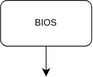
The draw.io diagram Linux  0.11启动.drawio.svg in chenxi829/draw_many_pic, before a commit. Source tidied: cells renumbered, new cells last; positions are measured from the earlier drawing's top-left corner, leaving out a move shared by most shapes.
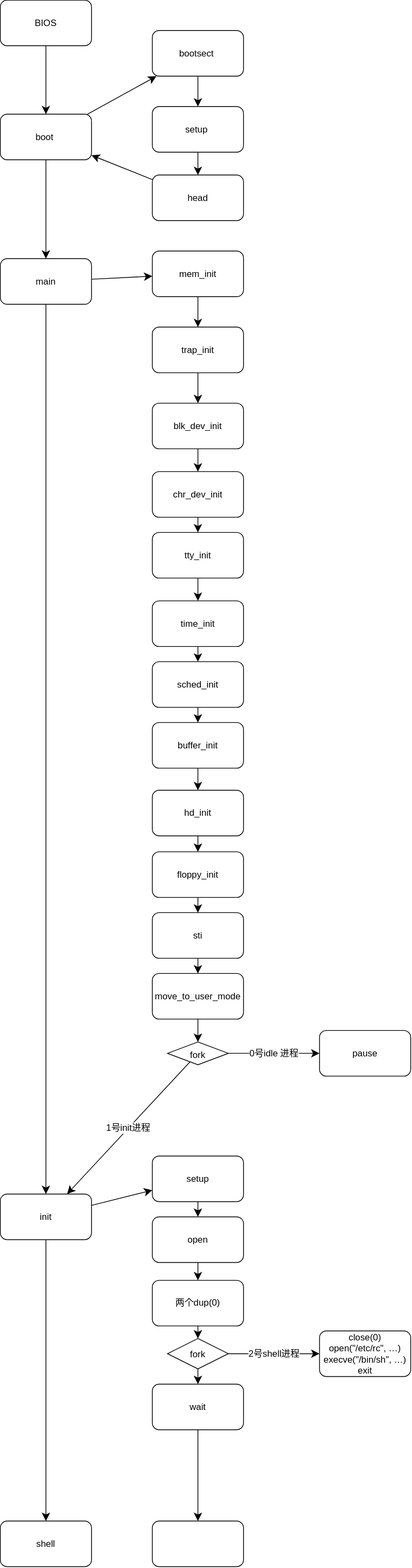
Above is the later version.

Commit message:
更新 Linux  0.11启动.drawio.svg 全流程

What changed in the source:
```diff
@@ -5,10 +5,179 @@
     <mxCell id="2" value="BIOS" style="rounded=1;whiteSpace=wrap;html=1;" parent="1" vertex="1">
       <mxGeometry width="120" height="60" as="geometry" />
     </mxCell>
-    <mxCell id="3" style="endArrow=classic;html=1;rounded=0;fontSize=12;startSize=8;endSize=8;curved=1;exitX=0.5;exitY=1;exitDx=0;exitDy=0;" parent="1" edge="1" source="2">
-      <mxGeometry relative="1" as="geometry">
-        <mxPoint x="60" y="100" as="targetPoint" />
-      </mxGeometry>
+    <mxCell id="3" style="endArrow=classic;html=1;rounded=0;fontSize=12;startSize=8;endSize=8;curved=1;" parent="1" edge="1" source="2" target="5">
+      <mxGeometry relative="1" as="geometry" />
     </mxCell>
+    <mxCell id="4" style="rounded=0;jettySize=auto;html=1;fontSize=12;startSize=8;endSize=8;" parent="1" edge="1" source="9" target="5">
+      <mxGeometry relative="1" as="geometry" />
+    </mxCell>
+    <mxCell id="5" value="boot&amp;nbsp;" style="rounded=1;whiteSpace=wrap;html=1;" parent="1" vertex="1">
+      <mxGeometry y="150" width="120" height="60" as="geometry" />
+    </mxCell>
+    <mxCell id="6" style="endArrow=classic;html=1;rounded=0;fontSize=12;startSize=8;endSize=8;curved=1;" parent="1" edge="1" source="5" target="7">
+      <mxGeometry relative="1" as="geometry" />
+    </mxCell>
+    <mxCell id="7" value="bootsect&amp;nbsp;" style="rounded=1;whiteSpace=wrap;html=1;" parent="1" vertex="1">
+      <mxGeometry x="200" y="40" width="120" height="60" as="geometry" />
+    </mxCell>
+    <mxCell id="8" value="setup&amp;nbsp;" style="rounded=1;whiteSpace=wrap;html=1;" parent="1" vertex="1">
+      <mxGeometry x="200" y="140" width="120" height="60" as="geometry" />
+    </mxCell>
+    <mxCell id="9" value="head" style="rounded=1;whiteSpace=wrap;html=1;" parent="1" vertex="1">
+      <mxGeometry x="200" y="230" width="120" height="60" as="geometry" />
+    </mxCell>
+    <mxCell id="10" style="endArrow=classic;html=1;rounded=0;fontSize=12;startSize=8;endSize=8;curved=1;" parent="1" edge="1" source="7" target="8">
+      <mxGeometry relative="1" as="geometry" />
+    </mxCell>
+    <mxCell id="11" style="endArrow=classic;html=1;rounded=0;fontSize=12;startSize=8;endSize=8;curved=1;" parent="1" edge="1" source="8" target="9">
+      <mxGeometry relative="1" as="geometry" />
+    </mxCell>
+    <mxCell id="12" value="main" style="whiteSpace=wrap;html=1;rounded=1;" parent="1" vertex="1">
+      <mxGeometry y="340" width="120" height="60" as="geometry" />
+    </mxCell>
+    <mxCell id="13" value="mem_init" style="rounded=1;whiteSpace=wrap;html=1;" parent="1" vertex="1">
+      <mxGeometry x="200" y="330" width="120" height="60" as="geometry" />
+    </mxCell>
+    <mxCell id="14" value="trap_init" style="rounded=1;whiteSpace=wrap;html=1;" parent="1" vertex="1">
+      <mxGeometry x="200" y="430" width="120" height="60" as="geometry" />
+    </mxCell>
+    <mxCell id="15" style="endArrow=classic;html=1;rounded=0;fontSize=12;startSize=8;endSize=8;curved=1;" parent="1" edge="1" source="5" target="12">
+      <mxGeometry relative="1" as="geometry" />
+    </mxCell>
+    <mxCell id="16" style="endArrow=classic;html=1;rounded=0;fontSize=12;startSize=8;endSize=8;curved=1;" parent="1" edge="1" source="12" target="13">
+      <mxGeometry relative="1" as="geometry" />
+    </mxCell>
+    <mxCell id="17" value="blk_dev_init" style="rounded=1;whiteSpace=wrap;html=1;" parent="1" vertex="1">
+      <mxGeometry x="200" y="530" width="120" height="60" as="geometry" />
+    </mxCell>
+    <mxCell id="18" value="chr_dev_init" style="rounded=1;whiteSpace=wrap;html=1;" parent="1" vertex="1">
+      <mxGeometry x="200" y="620" width="120" height="60" as="geometry" />
+    </mxCell>
+    <mxCell id="19" value="tty_init" style="rounded=1;whiteSpace=wrap;html=1;" parent="1" vertex="1">
+      <mxGeometry x="200" y="700" width="120" height="60" as="geometry" />
+    </mxCell>
+    <mxCell id="20" value="time_init" style="rounded=1;whiteSpace=wrap;html=1;" parent="1" vertex="1">
+      <mxGeometry x="200" y="790" width="120" height="60" as="geometry" />
+    </mxCell>
+    <mxCell id="21" value="sched_init" style="rounded=1;whiteSpace=wrap;html=1;" parent="1" vertex="1">
+      <mxGeometry x="200" y="870" width="120" height="60" as="geometry" />
+    </mxCell>
+    <mxCell id="22" value="buffer_init" style="rounded=1;whiteSpace=wrap;html=1;" parent="1" vertex="1">
+      <mxGeometry x="200" y="950" width="120" height="60" as="geometry" />
+    </mxCell>
+    <mxCell id="23" value="hd_init" style="rounded=1;whiteSpace=wrap;html=1;" parent="1" vertex="1">
+      <mxGeometry x="200" y="1039" width="120" height="60" as="geometry" />
+    </mxCell>
+    <mxCell id="24" value="floppy_init" style="rounded=1;whiteSpace=wrap;html=1;" parent="1" vertex="1">
+      <mxGeometry x="200" y="1120" width="120" height="60" as="geometry" />
+    </mxCell>
+    <mxCell id="25" value="sti" style="rounded=1;whiteSpace=wrap;html=1;" parent="1" vertex="1">
+      <mxGeometry x="200" y="1200" width="120" height="60" as="geometry" />
+    </mxCell>
+    <mxCell id="26" value="move_to_user_mode" style="rounded=1;whiteSpace=wrap;html=1;" parent="1" vertex="1">
+      <mxGeometry x="200" y="1280" width="120" height="60" as="geometry" />
+    </mxCell>
+    <mxCell id="27" style="endArrow=classic;html=1;rounded=0;fontSize=12;startSize=8;endSize=8;curved=1;" parent="1" edge="1" source="17" target="18">
+      <mxGeometry relative="1" as="geometry" />
+    </mxCell>
+    <mxCell id="28" style="endArrow=classic;html=1;rounded=0;fontSize=12;startSize=8;endSize=8;curved=1;" parent="1" edge="1" source="19" target="20">
+      <mxGeometry relative="1" as="geometry" />
+    </mxCell>
+    <mxCell id="29" style="endArrow=classic;html=1;rounded=0;fontSize=12;startSize=8;endSize=8;curved=1;" parent="1" edge="1" source="14" target="17">
+      <mxGeometry relative="1" as="geometry" />
+    </mxCell>
+    <mxCell id="30" style="endArrow=classic;html=1;rounded=0;fontSize=12;startSize=8;endSize=8;curved=1;" parent="1" edge="1" source="13" target="14">
+      <mxGeometry relative="1" as="geometry" />
+    </mxCell>
+    <mxCell id="31" style="endArrow=classic;html=1;rounded=0;fontSize=12;startSize=8;endSize=8;curved=1;" parent="1" edge="1" source="18" target="19">
+      <mxGeometry relative="1" as="geometry" />
+    </mxCell>
+    <mxCell id="32" style="endArrow=classic;html=1;rounded=0;fontSize=12;startSize=8;endSize=8;curved=1;" parent="1" edge="1" source="20" target="21">
+      <mxGeometry relative="1" as="geometry" />
+    </mxCell>
+    <mxCell id="33" style="endArrow=classic;html=1;rounded=0;fontSize=12;startSize=8;endSize=8;curved=1;" parent="1" edge="1" source="21" target="22">
+      <mxGeometry relative="1" as="geometry" />
+    </mxCell>
+    <mxCell id="34" style="endArrow=classic;html=1;rounded=0;fontSize=12;startSize=8;endSize=8;curved=1;" parent="1" edge="1" source="22" target="23">
+      <mxGeometry relative="1" as="geometry" />
+    </mxCell>
+    <mxCell id="35" style="endArrow=classic;html=1;rounded=0;fontSize=12;startSize=8;endSize=8;curved=1;" parent="1" edge="1" source="23" target="24">
+      <mxGeometry relative="1" as="geometry" />
+    </mxCell>
+    <mxCell id="36" style="endArrow=classic;html=1;rounded=0;fontSize=12;startSize=8;endSize=8;curved=1;" parent="1" edge="1" source="24" target="25">
+      <mxGeometry relative="1" as="geometry" />
+    </mxCell>
+    <mxCell id="37" style="endArrow=classic;html=1;rounded=0;fontSize=12;startSize=8;endSize=8;curved=1;" parent="1" edge="1" source="25" target="26">
+      <mxGeometry relative="1" as="geometry" />
+    </mxCell>
+    <mxCell id="38" style="edgeStyle=none;curved=1;rounded=0;jettySize=auto;html=1;fontSize=12;startSize=8;endSize=8;" parent="1" edge="1" source="39" target="56">
+      <mxGeometry relative="1" as="geometry" />
+    </mxCell>
+    <mxCell id="39" value="init" style="rounded=1;whiteSpace=wrap;html=1;" parent="1" vertex="1">
+      <mxGeometry y="1570" width="120" height="60" as="geometry" />
+    </mxCell>
+    <mxCell id="40" style="endArrow=classic;html=1;rounded=0;fontSize=12;startSize=8;endSize=8;curved=1;" parent="1" edge="1" source="12" target="39">
+      <mxGeometry relative="1" as="geometry" />
+    </mxCell>
+    <mxCell id="41" value="fork" style="rhombus;whiteSpace=wrap;html=1;shapeInside=1;" parent="1" vertex="1">
+      <mxGeometry x="220" y="1370" width="80" height="30" as="geometry" />
+    </mxCell>
+    <mxCell id="42" style="endArrow=classic;html=1;rounded=0;fontSize=12;startSize=8;endSize=8;curved=1;" parent="1" edge="1" source="26" target="41">
+      <mxGeometry relative="1" as="geometry" />
+    </mxCell>
+    <mxCell id="43" value="0号idle 进程" style="endArrow=classic;html=1;rounded=0;fontSize=12;startSize=8;endSize=8;curved=1;" parent="1" edge="1" source="41" target="44">
+      <mxGeometry relative="1" as="geometry" />
+    </mxCell>
+    <mxCell id="44" value="pause" style="rounded=1;whiteSpace=wrap;html=1;" parent="1" vertex="1">
+      <mxGeometry x="420" y="1355" width="120" height="60" as="geometry" />
+    </mxCell>
+    <mxCell id="45" value="1号init进程" style="endArrow=classic;html=1;rounded=0;fontSize=12;startSize=8;endSize=8;curved=1;" parent="1" edge="1" source="41" target="39">
+      <mxGeometry relative="1" as="geometry" />
+    </mxCell>
+    <mxCell id="46" style="edgeStyle=none;curved=1;rounded=0;jettySize=auto;html=1;fontSize=12;startSize=8;endSize=8;" parent="1" edge="1" source="47" target="50">
+      <mxGeometry relative="1" as="geometry" />
+    </mxCell>
+    <mxCell id="47" value="setup" style="rounded=1;whiteSpace=wrap;html=1;" parent="1" vertex="1">
+      <mxGeometry x="200" y="1520" width="120" height="60" as="geometry" />
+    </mxCell>
+    <mxCell id="48" style="endArrow=classic;html=1;rounded=0;fontSize=12;startSize=8;endSize=8;curved=1;" parent="1" edge="1" source="39" target="47">
+      <mxGeometry relative="1" as="geometry" />
+    </mxCell>
+    <mxCell id="49" style="edgeStyle=none;curved=1;rounded=0;jettySize=auto;html=1;fontSize=12;startSize=8;endSize=8;" parent="1" edge="1" source="50" target="51">
+      <mxGeometry relative="1" as="geometry" />
+    </mxCell>
+    <mxCell id="50" value="open" style="whiteSpace=wrap;html=1;rounded=1;" parent="1" vertex="1">
+      <mxGeometry x="200" y="1600" width="120" height="60" as="geometry" />
+    </mxCell>
+    <mxCell id="51" value="两个dup(0)" style="whiteSpace=wrap;html=1;rounded=1;" parent="1" vertex="1">
+      <mxGeometry x="200" y="1683.5" width="120" height="60" as="geometry" />
+    </mxCell>
+    <mxCell id="52" value="2号shell进程" style="edgeStyle=none;curved=1;rounded=0;jettySize=auto;html=1;fontSize=12;startSize=8;endSize=8;" parent="1" edge="1" source="54" target="57">
+      <mxGeometry relative="1" as="geometry" />
+    </mxCell>
+    <mxCell id="53" style="edgeStyle=none;curved=1;rounded=0;jettySize=auto;html=1;fontSize=12;startSize=8;endSize=8;" parent="1" edge="1" source="54" target="59">
+      <mxGeometry relative="1" as="geometry" />
+    </mxCell>
+    <mxCell id="54" value="fork" style="rhombus;whiteSpace=wrap;html=1;shapeInside=1;" parent="1" vertex="1">
+      <mxGeometry x="220" y="1760" width="80" height="40" as="geometry" />
+    </mxCell>
+    <mxCell id="55" style="endArrow=classic;html=1;rounded=0;fontSize=12;startSize=8;endSize=8;curved=1;" parent="1" edge="1" source="51" target="54">
+      <mxGeometry relative="1" as="geometry" />
+    </mxCell>
+    <mxCell id="56" value="shell" style="whiteSpace=wrap;html=1;rounded=1;" parent="1" vertex="1">
+      <mxGeometry y="2000" width="120" height="60" as="geometry" />
+    </mxCell>
+    <mxCell id="57" value="close(0)&lt;div&gt;open(&quot;/etc/rc&quot;, …)&lt;/div&gt;&lt;div&gt;execve(&quot;/bin/sh&quot;, …)&lt;br&gt;&lt;/div&gt;&lt;div&gt;exit&lt;/div&gt;" style="rounded=1;whiteSpace=wrap;html=1;" parent="1" vertex="1">
+      <mxGeometry x="420" y="1750" width="120" height="60" as="geometry" />
+    </mxCell>
+    <mxCell id="58" style="edgeStyle=none;curved=1;rounded=0;jettySize=auto;html=1;fontSize=12;startSize=8;endSize=8;" parent="1" edge="1" source="59" target="60">
+      <mxGeometry relative="1" as="geometry" />
+    </mxCell>
+    <mxCell id="59" value="wait" style="rounded=1;whiteSpace=wrap;html=1;" parent="1" vertex="1">
+      <mxGeometry x="200" y="1820" width="120" height="60" as="geometry" />
+    </mxCell>
+    <mxCell id="60" style="whiteSpace=wrap;html=1;rounded=1;" parent="1" vertex="1">
+      <mxGeometry x="200" y="2000" width="120" height="60" as="geometry" />
+    </mxCell>
   </root>
 </mxGraphModel>
```
